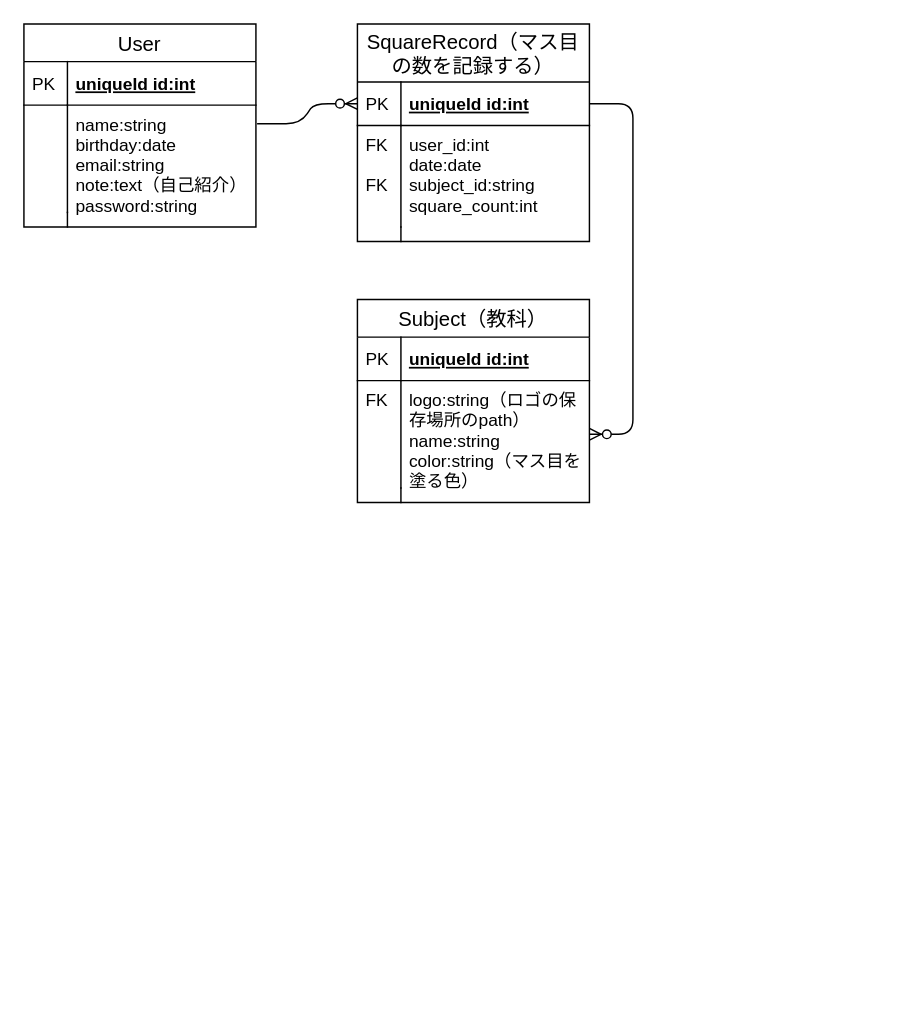
Above: draw.io/er.drawio in paraizo2424/codebase-hackathon-vol1-team-colors (draw.io), before the change. Source tidied: cells renumbered, new cells numbered last; positions are measured from the earlier drawing's top-left corner, leaving out a move shared by most shapes. Both pictures are drawn from the tidied source at 145%, with x=0, y=0 at pixel (23, 23).
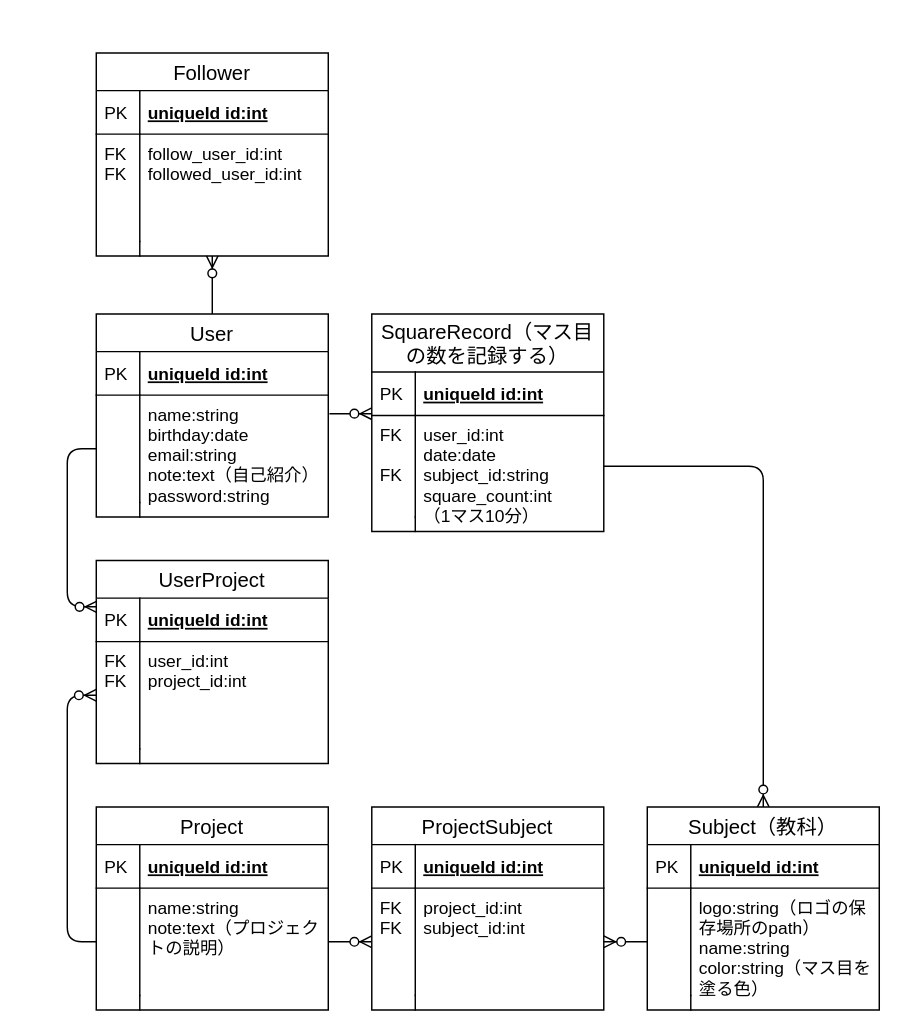
The same page after the edit.

Commit message:
プロジェクトとフォローを考慮したER図

Unchanged cells that the change refers to:
```xml
<mxCell id="4" value="uniqueId id:int" style="shape=partialRectangle;top=0;left=0;right=0;bottom=1;align=left;verticalAlign=middle;fillColor=none;spacingLeft=34;spacingRight=4;overflow=hidden;points=[[0,0.5],[1,0.5]];portConstraint=eastwest;fontStyle=5;fontSize=12;" parent="3" vertex="1">
  <mxGeometry y="40" width="160" height="30" as="geometry" />
</mxCell>
```

What changed in the source:
```diff
@@
-    <mxCell id="2" style="edgeStyle=entityRelationEdgeStyle;fontSize=12;html=1;endArrow=ERzeroToMany;endFill=1;entryX=0;entryY=0.5;entryDx=0;entryDy=0;exitX=1.005;exitY=0.173;exitDx=0;exitDy=0;exitPerimeter=0;" parent="1" edge="1" source="14" target="4">
+    <mxCell id="2" style="edgeStyle=orthogonalEdgeStyle;fontSize=12;html=1;endArrow=ERzeroToMany;endFill=1;exitX=1.005;exitY=0.173;exitDx=0;exitDy=0;exitPerimeter=0;elbow=vertical;rounded=1;entryX=0;entryY=0.96;entryDx=0;entryDy=0;entryPerimeter=0;" parent="1" edge="1" source="14" target="4">
       <mxGeometry relative="1" as="geometry" />
     </mxCell>
+    <mxCell id="25" style="edgeStyle=orthogonalEdgeStyle;rounded=1;jettySize=auto;html=1;endArrow=ERzeroToMany;endFill=1;entryX=0.003;entryY=0.2;entryDx=0;entryDy=0;entryPerimeter=0;" parent="1" edge="1" source="14" target="32">
+      <mxGeometry relative="1" as="geometry" />
+    </mxCell>
+    <mxCell id="26" style="edgeStyle=orthogonalEdgeStyle;rounded=1;jettySize=auto;html=1;endArrow=ERzeroToMany;endFill=1;" parent="1" edge="1" source="41" target="48">
+      <mxGeometry relative="1" as="geometry" />
+    </mxCell>
+    <mxCell id="27" style="edgeStyle=orthogonalEdgeStyle;rounded=1;jettySize=auto;html=1;endArrow=ERzeroToMany;endFill=1;" parent="1" edge="1" source="11" target="52">
+      <mxGeometry relative="1" as="geometry" />
+    </mxCell>
+    <mxCell id="28" style="edgeStyle=orthogonalEdgeStyle;rounded=1;jettySize=auto;html=1;entryX=0.5;entryY=0;entryDx=0;entryDy=0;endArrow=ERzeroToMany;endFill=1;" parent="1" edge="1" source="6" target="18">
+      <mxGeometry relative="1" as="geometry" />
+    </mxCell>
+    <mxCell id="29" style="edgeStyle=orthogonalEdgeStyle;rounded=1;jettySize=auto;html=1;endArrow=ERzeroToMany;endFill=1;" parent="1" edge="1" source="21" target="48">
+      <mxGeometry relative="1" as="geometry" />
+    </mxCell>
+    <mxCell id="30" style="edgeStyle=orthogonalEdgeStyle;rounded=1;jettySize=auto;html=1;entryX=0;entryY=0.5;entryDx=0;entryDy=0;endArrow=ERzeroToMany;endFill=1;" parent="1" edge="1" source="41" target="34">
+      <mxGeometry relative="1" as="geometry" />
+    </mxCell>
+    <mxCell id="11" value="User" style="swimlane;fontStyle=0;horizontal=1;startSize=26;align=center;fontSize=14;" parent="1" vertex="1">
+      <mxGeometry x="49.9" y="200" width="160" height="140" as="geometry" />
+    </mxCell>
+    <mxCell id="12" value="uniqueId id:int" style="shape=partialRectangle;top=0;left=0;right=0;bottom=1;align=left;verticalAlign=middle;fillColor=none;spacingLeft=34;spacingRight=4;overflow=hidden;fontStyle=5;fontSize=12;" parent="11" vertex="1">
+      <mxGeometry y="26" width="160" height="30" as="geometry" />
+    </mxCell>
+    <mxCell id="13" value="PK" style="shape=partialRectangle;top=0;left=0;bottom=0;fillColor=none;align=left;verticalAlign=middle;spacingLeft=4;spacingRight=4;overflow=hidden;fontSize=12;" parent="12" vertex="1">
+      <mxGeometry width="30" height="30" as="geometry" />
+    </mxCell>
+    <mxCell id="14" value="name:string&#10;birthday:date&#10;email:string&#10;note:text（自己紹介）&#10;password:string&#10;" style="shape=partialRectangle;top=0;left=0;right=0;bottom=0;align=left;verticalAlign=top;fillColor=none;spacingLeft=34;spacingRight=4;overflow=hidden;points=[[0,0.5],[1,0.5]];portConstraint=eastwest;fontSize=12;" parent="11" vertex="1">
+      <mxGeometry y="56" width="160" height="74" as="geometry" />
+    </mxCell>
+    <mxCell id="15" style="shape=partialRectangle;top=0;left=0;bottom=0;fillColor=none;align=left;verticalAlign=top;spacingLeft=4;spacingRight=4;overflow=hidden;fontSize=12;" parent="14" vertex="1">
+      <mxGeometry width="30" height="74" as="geometry" />
+    </mxCell>
+    <mxCell id="16" style="shape=partialRectangle;top=0;left=0;right=0;bottom=0;align=left;verticalAlign=top;fillColor=none;spacingLeft=34;spacingRight=4;overflow=hidden;fontSize=12;" parent="11" vertex="1">
+      <mxGeometry y="130" width="160" height="10" as="geometry" />
+    </mxCell>
+    <mxCell id="17" style="shape=partialRectangle;top=0;left=0;bottom=0;fillColor=none;align=left;verticalAlign=top;spacingLeft=4;spacingRight=4;overflow=hidden;fontSize=12;" parent="16" vertex="1">
+      <mxGeometry width="30" height="10" as="geometry" />
+    </mxCell>
+    <mxCell id="31" value="UserProject" style="swimlane;fontStyle=0;horizontal=1;startSize=26;align=center;fontSize=14;" parent="1" vertex="1">
+      <mxGeometry x="49.9" y="370" width="160" height="140" as="geometry" />
+    </mxCell>
+    <mxCell id="32" value="uniqueId id:int" style="shape=partialRectangle;top=0;left=0;right=0;bottom=1;align=left;verticalAlign=middle;fillColor=none;spacingLeft=34;spacingRight=4;overflow=hidden;points=[[0,0.5],[1,0.5]];portConstraint=eastwest;fontStyle=5;fontSize=12;" parent="31" vertex="1">
+      <mxGeometry y="26" width="160" height="30" as="geometry" />
+    </mxCell>
+    <mxCell id="33" value="PK" style="shape=partialRectangle;top=0;left=0;bottom=0;fillColor=none;align=left;verticalAlign=middle;spacingLeft=4;spacingRight=4;overflow=hidden;fontSize=12;" parent="32" vertex="1">
+      <mxGeometry width="30" height="30" as="geometry" />
+    </mxCell>
+    <mxCell id="34" value="user_id:int&#10;project_id:int" style="shape=partialRectangle;top=0;left=0;right=0;bottom=0;align=left;verticalAlign=top;fillColor=none;spacingLeft=34;spacingRight=4;overflow=hidden;points=[[0,0.5],[1,0.5]];portConstraint=eastwest;fontSize=12;" parent="31" vertex="1">
+      <mxGeometry y="56" width="160" height="74" as="geometry" />
+    </mxCell>
+    <mxCell id="35" value="FK&#10;FK" style="shape=partialRectangle;top=0;left=0;bottom=0;fillColor=none;align=left;verticalAlign=top;spacingLeft=4;spacingRight=4;overflow=hidden;fontSize=12;" parent="34" vertex="1">
+      <mxGeometry width="30" height="74" as="geometry" />
+    </mxCell>
+    <mxCell id="36" style="shape=partialRectangle;top=0;left=0;right=0;bottom=0;align=left;verticalAlign=top;fillColor=none;spacingLeft=34;spacingRight=4;overflow=hidden;fontSize=12;" parent="31" vertex="1">
+      <mxGeometry y="130" width="160" height="10" as="geometry" />
+    </mxCell>
+    <mxCell id="37" style="shape=partialRectangle;top=0;left=0;bottom=0;fillColor=none;align=left;verticalAlign=top;spacingLeft=4;spacingRight=4;overflow=hidden;fontSize=12;" parent="36" vertex="1">
+      <mxGeometry width="30" height="10" as="geometry" />
+    </mxCell>
+    <mxCell id="38" value="Project" style="swimlane;fontStyle=0;horizontal=1;startSize=26;align=center;fontSize=14;" parent="1" vertex="1">
+      <mxGeometry x="49.9" y="540" width="160" height="140" as="geometry" />
+    </mxCell>
+    <mxCell id="39" value="uniqueId id:int" style="shape=partialRectangle;top=0;left=0;right=0;bottom=1;align=left;verticalAlign=middle;fillColor=none;spacingLeft=34;spacingRight=4;overflow=hidden;fontStyle=5;fontSize=12;" parent="38" vertex="1">
+      <mxGeometry y="26" width="160" height="30" as="geometry" />
+    </mxCell>
+    <mxCell id="40" value="PK" style="shape=partialRectangle;top=0;left=0;bottom=0;fillColor=none;align=left;verticalAlign=middle;spacingLeft=4;spacingRight=4;overflow=hidden;fontSize=12;" parent="39" vertex="1">
+      <mxGeometry width="30" height="30" as="geometry" />
+    </mxCell>
+    <mxCell id="41" value="name:string&#10;note:text（プロジェク&#10;トの説明）&#10;" style="shape=partialRectangle;top=0;left=0;right=0;bottom=0;align=left;verticalAlign=top;fillColor=none;spacingLeft=34;spacingRight=4;overflow=hidden;points=[[0,0.5],[1,0.5]];portConstraint=eastwest;fontSize=12;" parent="38" vertex="1">
+      <mxGeometry y="56" width="160" height="74" as="geometry" />
+    </mxCell>
+    <mxCell id="42" style="shape=partialRectangle;top=0;left=0;bottom=0;fillColor=none;align=left;verticalAlign=top;spacingLeft=4;spacingRight=4;overflow=hidden;fontSize=12;" parent="41" vertex="1">
+      <mxGeometry width="30" height="74" as="geometry" />
+    </mxCell>
+    <mxCell id="43" style="shape=partialRectangle;top=0;left=0;right=0;bottom=0;align=left;verticalAlign=top;fillColor=none;spacingLeft=34;spacingRight=4;overflow=hidden;fontSize=12;" parent="38" vertex="1">
+      <mxGeometry y="130" width="160" height="10" as="geometry" />
+    </mxCell>
+    <mxCell id="44" style="shape=partialRectangle;top=0;left=0;bottom=0;fillColor=none;align=left;verticalAlign=top;spacingLeft=4;spacingRight=4;overflow=hidden;fontSize=12;" parent="43" vertex="1">
+      <mxGeometry width="30" height="10" as="geometry" />
+    </mxCell>
+    <mxCell id="45" value="ProjectSubject" style="swimlane;fontStyle=0;horizontal=1;startSize=26;align=center;fontSize=14;" parent="1" vertex="1">
+      <mxGeometry x="239.9" y="540" width="160" height="140" as="geometry" />
+    </mxCell>
+    <mxCell id="46" value="uniqueId id:int" style="shape=partialRectangle;top=0;left=0;right=0;bottom=1;align=left;verticalAlign=middle;fillColor=none;spacingLeft=34;spacingRight=4;overflow=hidden;fontStyle=5;fontSize=12;" parent="45" vertex="1">
+      <mxGeometry y="26" width="160" height="30" as="geometry" />
+    </mxCell>
+    <mxCell id="47" value="PK" style="shape=partialRectangle;top=0;left=0;bottom=0;fillColor=none;align=left;verticalAlign=middle;spacingLeft=4;spacingRight=4;overflow=hidden;fontSize=12;" parent="46" vertex="1">
+      <mxGeometry width="30" height="30" as="geometry" />
+    </mxCell>
+    <mxCell id="48" value="project_id:int&#10;subject_id:int" style="shape=partialRectangle;top=0;left=0;right=0;bottom=0;align=left;verticalAlign=top;fillColor=none;spacingLeft=34;spacingRight=4;overflow=hidden;points=[[0,0.5],[1,0.5]];portConstraint=eastwest;fontSize=12;" parent="45" vertex="1">
+      <mxGeometry y="56" width="160" height="74" as="geometry" />
+    </mxCell>
+    <mxCell id="49" value="FK&#10;FK" style="shape=partialRectangle;top=0;left=0;bottom=0;fillColor=none;align=left;verticalAlign=top;spacingLeft=4;spacingRight=4;overflow=hidden;fontSize=12;" parent="48" vertex="1">
+      <mxGeometry width="30" height="74" as="geometry" />
+    </mxCell>
+    <mxCell id="50" style="shape=partialRectangle;top=0;left=0;right=0;bottom=0;align=left;verticalAlign=top;fillColor=none;spacingLeft=34;spacingRight=4;overflow=hidden;fontSize=12;" parent="45" vertex="1">
+      <mxGeometry y="130" width="160" height="10" as="geometry" />
+    </mxCell>
+    <mxCell id="51" style="shape=partialRectangle;top=0;left=0;bottom=0;fillColor=none;align=left;verticalAlign=top;spacingLeft=4;spacingRight=4;overflow=hidden;fontSize=12;" parent="50" vertex="1">
+      <mxGeometry width="30" height="10" as="geometry" />
+    </mxCell>
+    <mxCell id="18" value="Subject（教科）" style="swimlane;fontStyle=0;horizontal=1;startSize=26;align=center;fontSize=14;" parent="1" vertex="1">
+      <mxGeometry x="429.9" y="540" width="160" height="140" as="geometry" />
+    </mxCell>
+    <mxCell id="19" value="uniqueId id:int" style="shape=partialRectangle;top=0;left=0;right=0;bottom=1;align=left;verticalAlign=middle;fillColor=none;spacingLeft=34;spacingRight=4;overflow=hidden;fontStyle=5;fontSize=12;" parent="18" vertex="1">
+      <mxGeometry y="26" width="160" height="30" as="geometry" />
+    </mxCell>
+    <mxCell id="20" value="PK" style="shape=partialRectangle;top=0;left=0;bottom=0;fillColor=none;align=left;verticalAlign=middle;spacingLeft=4;spacingRight=4;overflow=hidden;fontSize=12;" parent="19" vertex="1">
+      <mxGeometry width="30" height="30" as="geometry" />
+    </mxCell>
+    <mxCell id="21" value="logo:string（ロゴの保&#10;存場所のpath）&#10;name:string&#10;color:string（マス目を&#10;塗る色）" style="shape=partialRectangle;top=0;left=0;right=0;bottom=0;align=left;verticalAlign=top;fillColor=none;spacingLeft=34;spacingRight=4;overflow=hidden;points=[[0,0.5],[1,0.5]];portConstraint=eastwest;fontSize=12;" parent="18" vertex="1">
+      <mxGeometry y="56" width="160" height="74" as="geometry" />
+    </mxCell>
+    <mxCell id="22" style="shape=partialRectangle;top=0;left=0;bottom=0;fillColor=none;align=left;verticalAlign=top;spacingLeft=4;spacingRight=4;overflow=hidden;fontSize=12;" parent="21" vertex="1">
+      <mxGeometry width="30" height="74" as="geometry" />
+    </mxCell>
+    <mxCell id="23" style="shape=partialRectangle;top=0;left=0;right=0;bottom=0;align=left;verticalAlign=top;fillColor=none;spacingLeft=34;spacingRight=4;overflow=hidden;fontSize=12;" parent="18" vertex="1">
+      <mxGeometry y="130" width="160" height="10" as="geometry" />
+    </mxCell>
+    <mxCell id="24" style="shape=partialRectangle;top=0;left=0;bottom=0;fillColor=none;align=left;verticalAlign=top;spacingLeft=4;spacingRight=4;overflow=hidden;fontSize=12;" parent="23" vertex="1">
+      <mxGeometry width="30" height="10" as="geometry" />
+    </mxCell>
     <mxCell id="3" value="SquareRecord（マス目&#10;の数を記録する）" style="swimlane;fontStyle=0;horizontal=1;startSize=40;align=center;fontSize=14;" parent="1" vertex="1">
-      <mxGeometry x="230" width="160" height="150" as="geometry" />
+      <mxGeometry x="239.9" y="200" width="160" height="150" as="geometry" />
     </mxCell>
@@
-    <mxCell id="6" value="user_id:int&#10;date:date&#10;subject_id:string&#10;square_count:int" style="shape=partialRectangle;top=0;left=0;right=0;bottom=0;align=left;verticalAlign=top;fillColor=none;spacingLeft=34;spacingRight=4;overflow=hidden;points=[[0,0.5],[1,0.5]];portConstraint=eastwest;fontSize=12;" parent="3" vertex="1">
+    <mxCell id="6" value="user_id:int&#10;date:date&#10;subject_id:string&#10;square_count:int&#10;（1マス10分）" style="shape=partialRectangle;top=0;left=0;right=0;bottom=0;align=left;verticalAlign=top;fillColor=none;spacingLeft=34;spacingRight=4;overflow=hidden;points=[[0,0.5],[1,0.5]];portConstraint=eastwest;fontSize=12;" parent="3" vertex="1">
       <mxGeometry y="70" width="160" height="70" as="geometry" />
     </mxCell>
@@
-    <mxCell id="10" style="edgeStyle=entityRelationEdgeStyle;fontSize=12;html=1;endArrow=ERzeroToMany;endFill=1;exitX=1;exitY=0.5;exitDx=0;exitDy=0;" parent="1" edge="1" source="4" target="21">
-      <mxGeometry relative="1" as="geometry" />
-    </mxCell>
-    <mxCell id="11" value="User" style="swimlane;fontStyle=0;horizontal=1;startSize=26;align=center;fontSize=14;" parent="1" vertex="1">
-      <mxGeometry width="160" height="140" as="geometry" />
-    </mxCell>
-    <mxCell id="12" value="uniqueId id:int" style="shape=partialRectangle;top=0;left=0;right=0;bottom=1;align=left;verticalAlign=middle;fillColor=none;spacingLeft=34;spacingRight=4;overflow=hidden;fontStyle=5;fontSize=12;" parent="11" vertex="1">
-      <mxGeometry y="26" width="160" height="30" as="geometry" />
-    </mxCell>
-    <mxCell id="13" value="PK" style="shape=partialRectangle;top=0;left=0;bottom=0;fillColor=none;align=left;verticalAlign=middle;spacingLeft=4;spacingRight=4;overflow=hidden;fontSize=12;" parent="12" vertex="1">
-      <mxGeometry width="30" height="30" as="geometry" />
-    </mxCell>
-    <mxCell id="14" value="name:string&#10;birthday:date&#10;email:string&#10;note:text（自己紹介）&#10;password:string&#10;" style="shape=partialRectangle;top=0;left=0;right=0;bottom=0;align=left;verticalAlign=top;fillColor=none;spacingLeft=34;spacingRight=4;overflow=hidden;points=[[0,0.5],[1,0.5]];portConstraint=eastwest;fontSize=12;" parent="11" vertex="1">
-      <mxGeometry y="56" width="160" height="74" as="geometry" />
-    </mxCell>
-    <mxCell id="15" style="shape=partialRectangle;top=0;left=0;bottom=0;fillColor=none;align=left;verticalAlign=top;spacingLeft=4;spacingRight=4;overflow=hidden;fontSize=12;" parent="14" vertex="1">
-      <mxGeometry width="30" height="74" as="geometry" />
-    </mxCell>
-    <mxCell id="16" style="shape=partialRectangle;top=0;left=0;right=0;bottom=0;align=left;verticalAlign=top;fillColor=none;spacingLeft=34;spacingRight=4;overflow=hidden;fontSize=12;" parent="11" vertex="1">
-      <mxGeometry y="130" width="160" height="10" as="geometry" />
-    </mxCell>
-    <mxCell id="17" style="shape=partialRectangle;top=0;left=0;bottom=0;fillColor=none;align=left;verticalAlign=top;spacingLeft=4;spacingRight=4;overflow=hidden;fontSize=12;" parent="16" vertex="1">
-      <mxGeometry width="30" height="10" as="geometry" />
-    </mxCell>
-    <mxCell id="18" value="Subject（教科）" style="swimlane;fontStyle=0;horizontal=1;startSize=26;align=center;fontSize=14;" parent="1" vertex="1">
-      <mxGeometry x="230" y="190" width="160" height="140" as="geometry" />
-    </mxCell>
-    <mxCell id="19" value="uniqueId id:int" style="shape=partialRectangle;top=0;left=0;right=0;bottom=1;align=left;verticalAlign=middle;fillColor=none;spacingLeft=34;spacingRight=4;overflow=hidden;fontStyle=5;fontSize=12;" parent="18" vertex="1">
-      <mxGeometry y="26" width="160" height="30" as="geometry" />
-    </mxCell>
-    <mxCell id="20" value="PK" style="shape=partialRectangle;top=0;left=0;bottom=0;fillColor=none;align=left;verticalAlign=middle;spacingLeft=4;spacingRight=4;overflow=hidden;fontSize=12;" parent="19" vertex="1">
-      <mxGeometry width="30" height="30" as="geometry" />
-    </mxCell>
-    <mxCell id="21" value="logo:string（ロゴの保&#10;存場所のpath）&#10;name:string&#10;color:string（マス目を&#10;塗る色）" style="shape=partialRectangle;top=0;left=0;right=0;bottom=0;align=left;verticalAlign=top;fillColor=none;spacingLeft=34;spacingRight=4;overflow=hidden;points=[[0,0.5],[1,0.5]];portConstraint=eastwest;fontSize=12;" parent="18" vertex="1">
-      <mxGeometry y="56" width="160" height="74" as="geometry" />
-    </mxCell>
-    <mxCell id="22" value="FK&#10;" style="shape=partialRectangle;top=0;left=0;bottom=0;fillColor=none;align=left;verticalAlign=top;spacingLeft=4;spacingRight=4;overflow=hidden;fontSize=12;" parent="21" vertex="1">
-      <mxGeometry width="30" height="74" as="geometry" />
-    </mxCell>
-    <mxCell id="23" style="shape=partialRectangle;top=0;left=0;right=0;bottom=0;align=left;verticalAlign=top;fillColor=none;spacingLeft=34;spacingRight=4;overflow=hidden;fontSize=12;" parent="18" vertex="1">
-      <mxGeometry y="130" width="160" height="10" as="geometry" />
-    </mxCell>
-    <mxCell id="24" style="shape=partialRectangle;top=0;left=0;bottom=0;fillColor=none;align=left;verticalAlign=top;spacingLeft=4;spacingRight=4;overflow=hidden;fontSize=12;" parent="23" vertex="1">
-      <mxGeometry width="30" height="10" as="geometry" />
-    </mxCell>
+    <mxCell id="52" value="Follower" style="swimlane;fontStyle=0;horizontal=1;startSize=26;align=center;fontSize=14;" parent="1" vertex="1">
+      <mxGeometry x="49.9" y="20" width="160" height="140" as="geometry" />
+    </mxCell>
+    <mxCell id="53" value="uniqueId id:int" style="shape=partialRectangle;top=0;left=0;right=0;bottom=1;align=left;verticalAlign=middle;fillColor=none;spacingLeft=34;spacingRight=4;overflow=hidden;fontStyle=5;fontSize=12;" parent="52" vertex="1">
+      <mxGeometry y="26" width="160" height="30" as="geometry" />
+    </mxCell>
+    <mxCell id="54" value="PK" style="shape=partialRectangle;top=0;left=0;bottom=0;fillColor=none;align=left;verticalAlign=middle;spacingLeft=4;spacingRight=4;overflow=hidden;fontSize=12;" parent="53" vertex="1">
+      <mxGeometry width="30" height="30" as="geometry" />
+    </mxCell>
+    <mxCell id="55" value="follow_user_id:int&#10;followed_user_id:int" style="shape=partialRectangle;top=0;left=0;right=0;bottom=0;align=left;verticalAlign=top;fillColor=none;spacingLeft=34;spacingRight=4;overflow=hidden;fontSize=12;" parent="52" vertex="1">
+      <mxGeometry y="56" width="160" height="74" as="geometry" />
+    </mxCell>
+    <mxCell id="56" value="FK&#10;FK" style="shape=partialRectangle;top=0;left=0;bottom=0;fillColor=none;align=left;verticalAlign=top;spacingLeft=4;spacingRight=4;overflow=hidden;fontSize=12;" parent="55" vertex="1">
+      <mxGeometry width="30" height="74" as="geometry" />
+    </mxCell>
+    <mxCell id="57" style="shape=partialRectangle;top=0;left=0;right=0;bottom=0;align=left;verticalAlign=top;fillColor=none;spacingLeft=34;spacingRight=4;overflow=hidden;fontSize=12;" parent="52" vertex="1">
+      <mxGeometry y="130" width="160" height="10" as="geometry" />
+    </mxCell>
+    <mxCell id="58" style="shape=partialRectangle;top=0;left=0;bottom=0;fillColor=none;align=left;verticalAlign=top;spacingLeft=4;spacingRight=4;overflow=hidden;fontSize=12;" parent="57" vertex="1">
+      <mxGeometry width="30" height="10" as="geometry" />
+    </mxCell>
```
